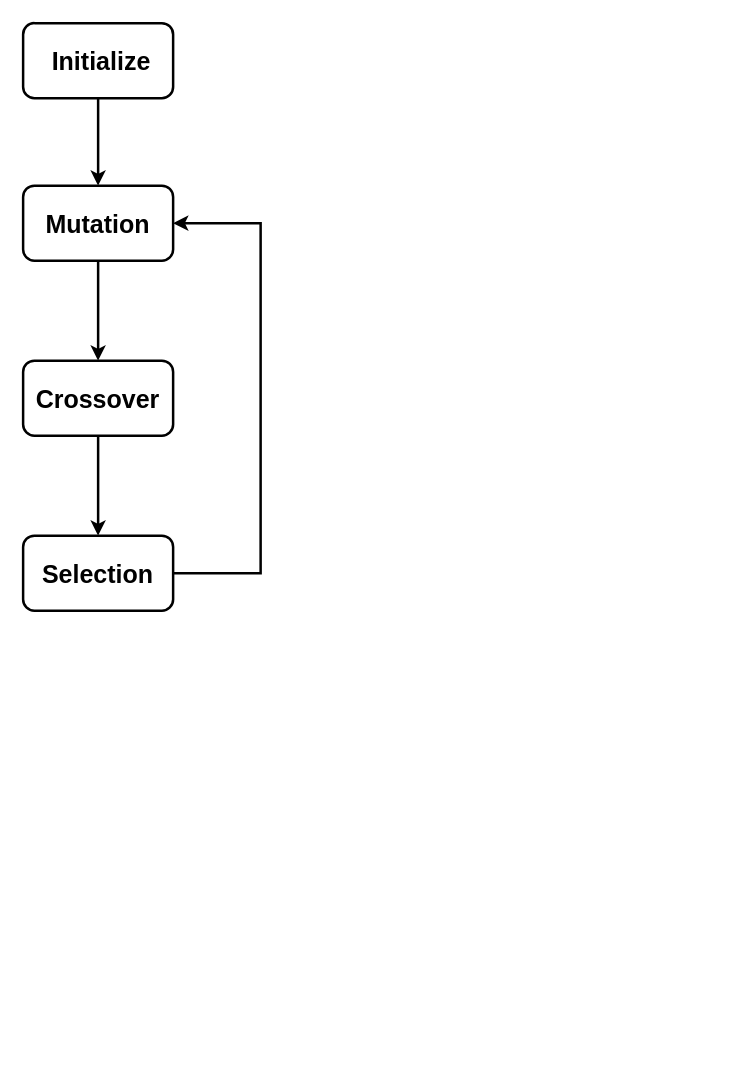
Above: GA-overview.drawio in obasekore/drawings (draw.io), before the change. Source tidied: cells renumbered, new cells numbered last; positions are measured from the earlier drawing's top-left corner, leaving out a move shared by most shapes. Both pictures are drawn from the tidied source at 125%, with x=0, y=0 at pixel (22, 22).
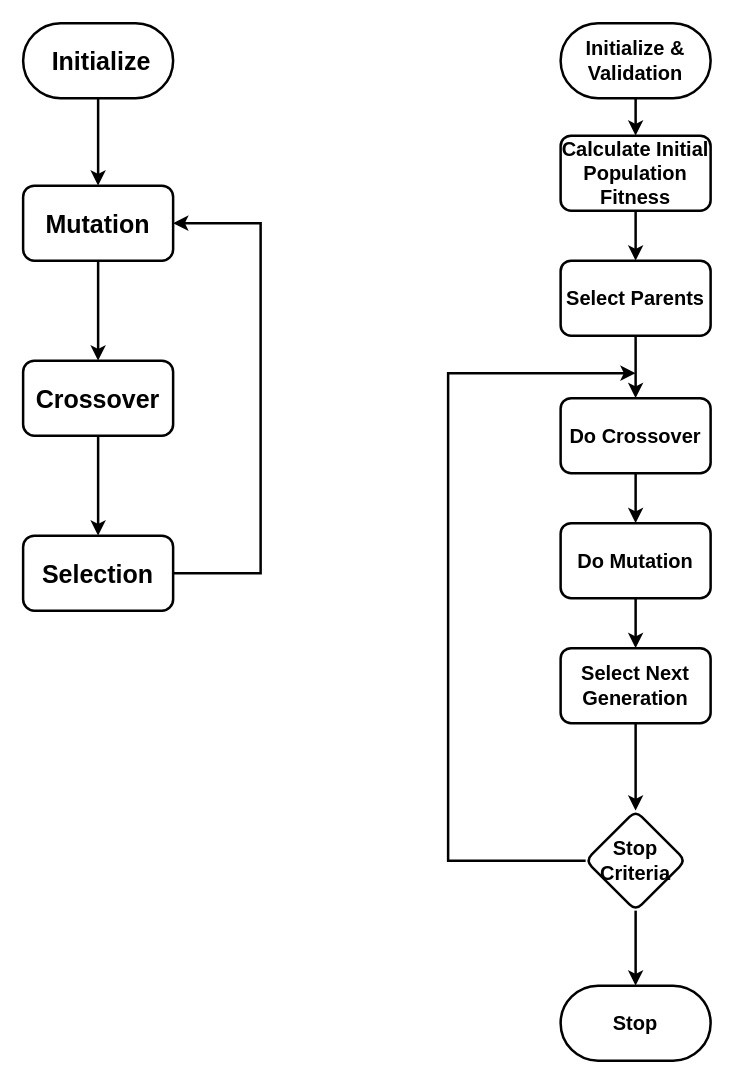
Above is the later version.

Change to the diagram source:
```diff
@@
-    <mxCell id="3" value="&amp;nbsp;Initialize" style="rounded=1;whiteSpace=wrap;html=1;strokeWidth=2;fontSize=20;fontStyle=1;" parent="1" vertex="1">
+    <mxCell id="3" value="&amp;nbsp;Initialize" style="rounded=1;whiteSpace=wrap;html=1;strokeWidth=2;fontSize=20;fontStyle=1;arcSize=50;" parent="1" vertex="1">
       <mxGeometry width="120" height="60" as="geometry" />
     </mxCell>
@@
+    <mxCell id="10" style="edgeStyle=orthogonalEdgeStyle;rounded=0;jettySize=auto;html=1;fontSize=16;fontStyle=1;strokeWidth=2;" parent="1" edge="1" source="11" target="13">
+      <mxGeometry relative="1" as="geometry" />
+    </mxCell>
+    <mxCell id="11" value="Initialize &amp;amp; Validation" style="rounded=1;whiteSpace=wrap;html=1;arcSize=50;fontSize=16;fontStyle=1;strokeWidth=2;" parent="1" vertex="1">
+      <mxGeometry x="430" width="120" height="60" as="geometry" />
+    </mxCell>
+    <mxCell id="12" style="edgeStyle=orthogonalEdgeStyle;rounded=0;jettySize=auto;html=1;fontSize=16;fontStyle=1;strokeWidth=2;" parent="1" edge="1" source="13" target="15">
+      <mxGeometry relative="1" as="geometry" />
+    </mxCell>
+    <mxCell id="13" value="Calculate Initial Population Fitness" style="whiteSpace=wrap;html=1;rounded=1;arcSize=14;fontSize=16;fontStyle=1;strokeWidth=2;" parent="1" vertex="1">
+      <mxGeometry x="430" y="90" width="120" height="60" as="geometry" />
+    </mxCell>
+    <mxCell id="14" style="edgeStyle=orthogonalEdgeStyle;rounded=0;jettySize=auto;html=1;fontSize=16;fontStyle=1;strokeWidth=2;" parent="1" edge="1" source="15" target="17">
+      <mxGeometry relative="1" as="geometry" />
+    </mxCell>
+    <mxCell id="15" value="Select Parents" style="whiteSpace=wrap;html=1;rounded=1;arcSize=14;fontSize=16;fontStyle=1;strokeWidth=2;" parent="1" vertex="1">
+      <mxGeometry x="430" y="190" width="120" height="60" as="geometry" />
+    </mxCell>
+    <mxCell id="16" style="edgeStyle=orthogonalEdgeStyle;rounded=0;jettySize=auto;html=1;fontSize=16;fontStyle=1;strokeWidth=2;" parent="1" edge="1" source="17" target="19">
+      <mxGeometry relative="1" as="geometry" />
+    </mxCell>
+    <mxCell id="17" value="Do Crossover" style="whiteSpace=wrap;html=1;rounded=1;arcSize=14;fontSize=16;fontStyle=1;strokeWidth=2;" parent="1" vertex="1">
+      <mxGeometry x="430" y="300" width="120" height="60" as="geometry" />
+    </mxCell>
+    <mxCell id="18" style="edgeStyle=orthogonalEdgeStyle;rounded=0;jettySize=auto;html=1;fontSize=16;fontStyle=1;strokeWidth=2;" parent="1" edge="1" source="19" target="21">
+      <mxGeometry relative="1" as="geometry" />
+    </mxCell>
+    <mxCell id="19" value="Do Mutation" style="whiteSpace=wrap;html=1;rounded=1;arcSize=14;fontSize=16;fontStyle=1;strokeWidth=2;" parent="1" vertex="1">
+      <mxGeometry x="430" y="400" width="120" height="60" as="geometry" />
+    </mxCell>
+    <mxCell id="20" style="edgeStyle=orthogonalEdgeStyle;rounded=0;jettySize=auto;html=1;fontSize=16;fontStyle=1;strokeWidth=2;" parent="1" edge="1" source="21" target="24">
+      <mxGeometry relative="1" as="geometry" />
+    </mxCell>
+    <mxCell id="21" value="Select Next Generation" style="whiteSpace=wrap;html=1;rounded=1;arcSize=14;fontSize=16;fontStyle=1;strokeWidth=2;" parent="1" vertex="1">
+      <mxGeometry x="430" y="500" width="120" height="60" as="geometry" />
+    </mxCell>
+    <mxCell id="22" style="edgeStyle=orthogonalEdgeStyle;rounded=0;jettySize=auto;html=1;exitX=0;exitY=0.5;exitDx=0;exitDy=0;fontSize=16;fontStyle=1;strokeWidth=2;" parent="1" edge="1" source="24">
+      <mxGeometry relative="1" as="geometry">
+        <mxPoint x="490" y="280" as="targetPoint" />
+        <Array as="points">
+          <mxPoint x="340" y="670" />
+          <mxPoint x="340" y="280" />
+        </Array>
+      </mxGeometry>
+    </mxCell>
+    <mxCell id="23" style="edgeStyle=orthogonalEdgeStyle;rounded=0;jettySize=auto;html=1;fontSize=16;fontStyle=1;strokeWidth=2;" parent="1" edge="1" source="24" target="25">
+      <mxGeometry relative="1" as="geometry" />
+    </mxCell>
+    <mxCell id="24" value="Stop Criteria" style="rhombus;whiteSpace=wrap;html=1;rounded=1;arcSize=14;fontSize=16;fontStyle=1;strokeWidth=2;" parent="1" vertex="1">
+      <mxGeometry x="450" y="630" width="80" height="80" as="geometry" />
+    </mxCell>
+    <mxCell id="25" value="Stop" style="whiteSpace=wrap;html=1;rounded=1;arcSize=50;fontSize=16;fontStyle=1;strokeWidth=2;" parent="1" vertex="1">
+      <mxGeometry x="430" y="770" width="120" height="60" as="geometry" />
+    </mxCell>
```
